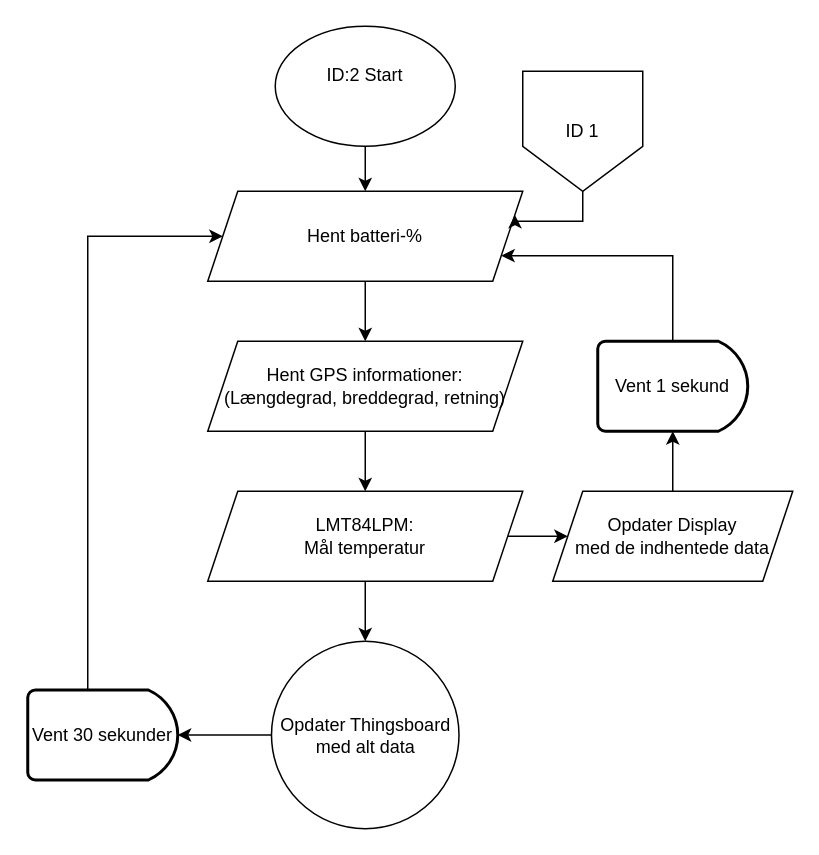
Above: ID 02, P1/ID2 V1 Info på Display.drawio in KEA-E24-B9-IOT1/E24-B9-IoT1 (draw.io), before the change. Source tidied: cells renumbered, new cells numbered last; positions are measured from the earlier drawing's top-left corner, leaving out a move shared by most shapes. Both pictures are drawn from the tidied source at 150%, with x=0, y=0 at pixel (27, 26).
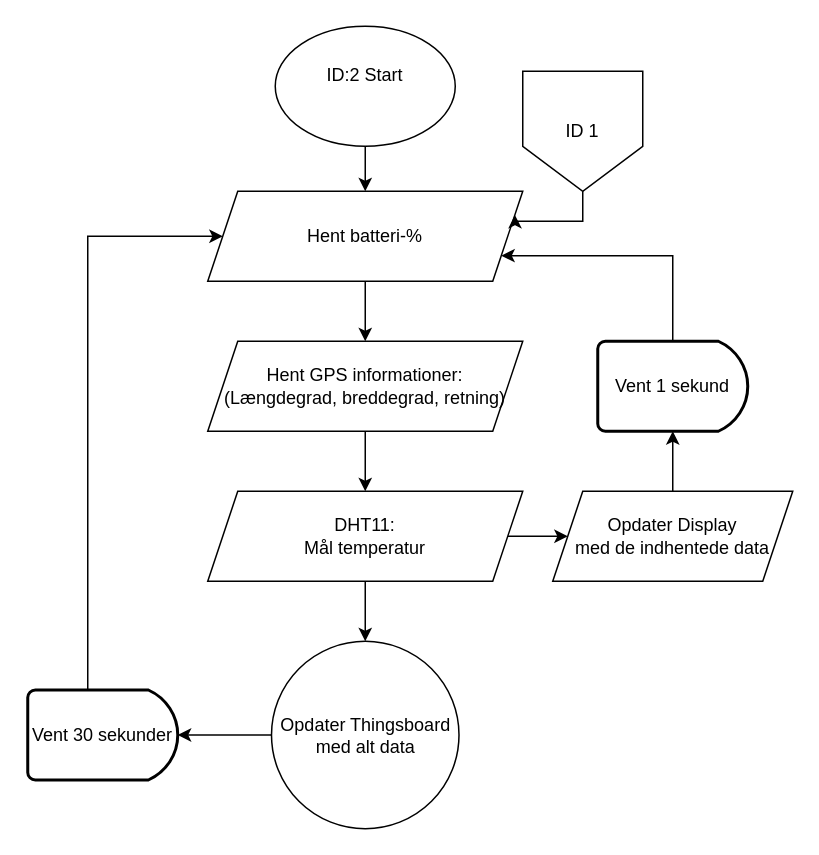
The same diagram, later.

Commit message:
Opdateret temperatursensor

Diff of the diagram source:
```diff
@@
-    <mxCell id="10" value="&lt;div&gt;LMT84LPM:&lt;/div&gt;&lt;div&gt;Mål temperatur&lt;br&gt;&lt;/div&gt;" style="shape=parallelogram;perimeter=parallelogramPerimeter;whiteSpace=wrap;html=1;fixedSize=1;rounded=0;" parent="1" vertex="1">
+    <mxCell id="10" value="&lt;div&gt;DHT11:&lt;/div&gt;&lt;div&gt;Mål temperatur&lt;br&gt;&lt;/div&gt;" style="shape=parallelogram;perimeter=parallelogramPerimeter;whiteSpace=wrap;html=1;fixedSize=1;rounded=0;" parent="1" vertex="1">
       <mxGeometry x="120" y="310" width="210" height="60" as="geometry" />
     </mxCell>
```
